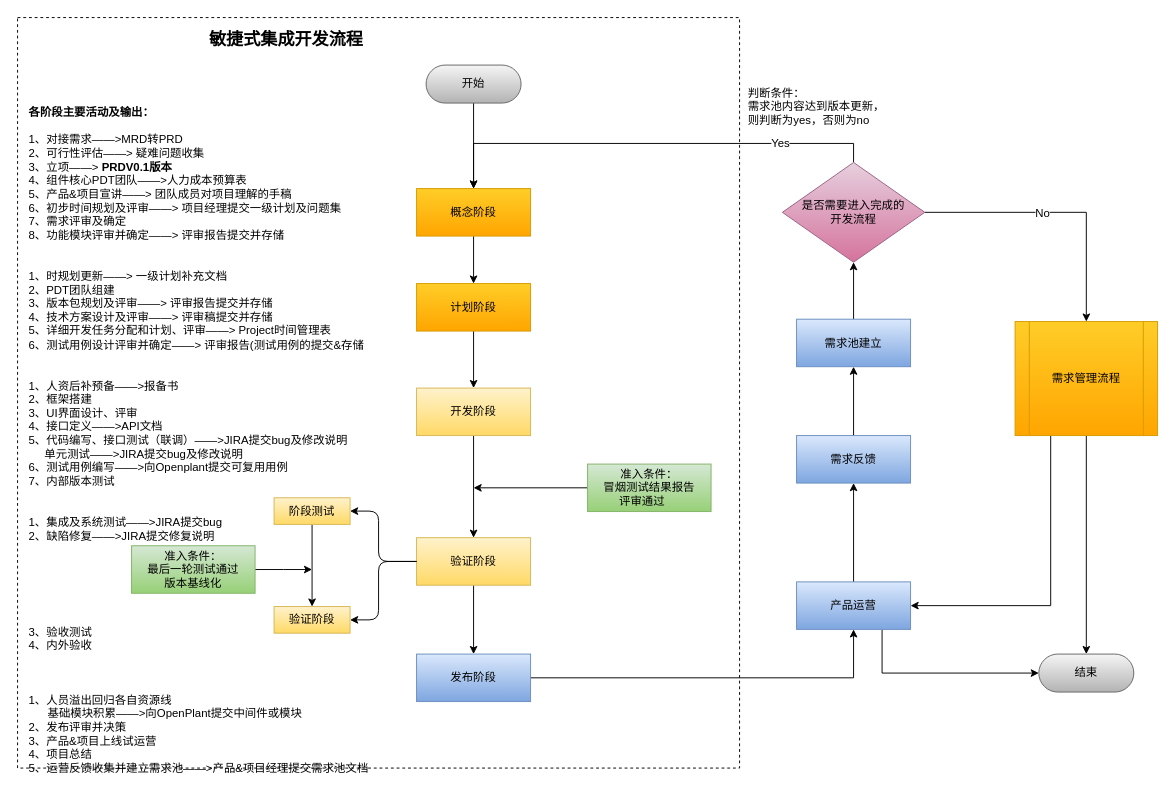
The draw.io diagram 产品开发流程.drawio in UTOUUCENTER-CD/draw.io, before the edit. Source tidied: cells renumbered, new cells numbered last; positions are measured from the earlier drawing's top-left corner, leaving out a move shared by most shapes. Both pictures are drawn from the tidied source at 95%, with x=0, y=0 at pixel (17, 17).
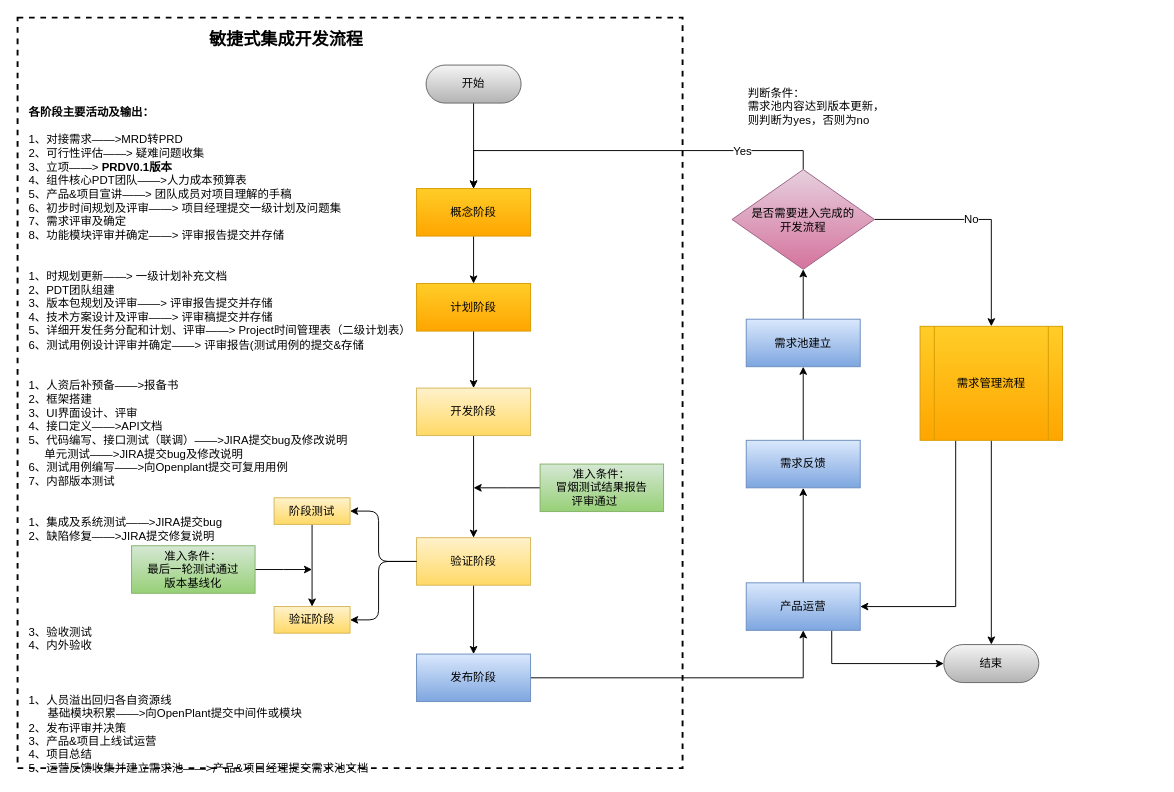
The same diagram, later.

Commit message:
Update 产品开发流程.drawio

Change to the diagram source:
```diff
@@
-    <mxCell id="2" style="rounded=0;whiteSpace=wrap;html=1;dashed=1;" parent="1" vertex="1">
-      <mxGeometry width="760" height="790" as="geometry" />
+    <mxCell id="2" style="rounded=0;whiteSpace=wrap;html=1;dashed=1;strokeWidth=2;" parent="1" vertex="1">
+      <mxGeometry width="700" height="790" as="geometry" />
     </mxCell>
@@
-    <mxCell id="15" value="&lt;b&gt;各阶段主要活动及输出：&lt;/b&gt;&lt;br&gt;&lt;br&gt;1、对接需求——&amp;gt;MRD转PRD&lt;br&gt;2、可行性评估——&amp;gt; 疑难问题收集&lt;br&gt;3、立项——&amp;gt;&amp;nbsp;&lt;b&gt;PRDV0.1版本&lt;/b&gt;&lt;br&gt;4、组件核心PDT团队——&amp;gt;人力成本预算表&lt;br&gt;5、产品&amp;amp;项目宣讲——&amp;gt; 团队成员对项目理解的手稿&lt;br&gt;6、初步时间规划及评审——&amp;gt; 项目经理提交一级计划及问题集&lt;br&gt;7、需求评审及确定&lt;br&gt;8、功能模块评审并确定——&amp;gt; 评审报告提交并存储&lt;br&gt;&lt;br&gt;&lt;br&gt;1、时规划更新——&amp;gt; 一级计划补充文档&lt;br&gt;2、PDT团队组建&lt;br&gt;3、版本包规划及评审——&amp;gt; 评审报告提交并存储&lt;br&gt;4、技术方案设计及评审——&amp;gt; 评审稿提交并存储&lt;br&gt;5、详细开发任务分配和计划、评审——&amp;gt; Project时间管理表&lt;br&gt;6、测试用例设计评审并确定——&amp;gt; 评审报告(测试用例的提交&amp;amp;存储&lt;br&gt;&lt;br&gt;&lt;br&gt;1、人资后补预备——&amp;gt;报备书&lt;br&gt;2、框架搭建&lt;br&gt;3、UI界面设计、评审&lt;br&gt;4、接口定义——&amp;gt;API文档&lt;br&gt;5、代码编写、接口测试（联调）——&amp;gt;JIRA提交bug及修改说明&lt;br&gt;&amp;nbsp; &amp;nbsp; &amp;nbsp;单元测试——&amp;gt;JIRA提交bug及修改说明&lt;br&gt;6、测试用例编写——&amp;gt;向Openplant提交可复用用例&lt;br&gt;7、内部版本测试&lt;br&gt;&lt;br&gt;&lt;br&gt;1、集成及系统测试——&amp;gt;JIRA提交bug&lt;br&gt;2、缺陷修复——&amp;gt;JIRA提交修复说明&lt;br&gt;&lt;br&gt;&lt;br&gt;&lt;br&gt;&lt;br&gt;&lt;br&gt;&lt;br&gt;3、验收测试&lt;br&gt;4、内外验收&lt;br&gt;&lt;br&gt;&lt;br&gt;&lt;br&gt;1、人员溢出回归各自资源线&lt;br&gt;&amp;nbsp; &amp;nbsp; &amp;nbsp; 基础模块积累——&amp;gt;向OpenPlant提交中间件或模块&lt;br&gt;2、发布评审并决策&lt;br&gt;3、产品&amp;amp;项目上线试运营&lt;br&gt;4、项目总结&lt;br&gt;5、运营反馈收集并建立需求池——&amp;gt;产品&amp;amp;项目经理提交需求池文档" style="text;html=1;align=left;verticalAlign=top;spacingTop=-4;" parent="1" vertex="1">
-      <mxGeometry x="10" y="90" width="370" height="690" as="geometry" />
+    <mxCell id="15" value="&lt;b&gt;各阶段主要活动及输出：&lt;/b&gt;&lt;br&gt;&lt;br&gt;1、对接需求——&amp;gt;MRD转PRD&lt;br&gt;2、可行性评估——&amp;gt; 疑难问题收集&lt;br&gt;3、立项——&amp;gt;&amp;nbsp;&lt;b&gt;PRDV0.1版本&lt;/b&gt;&lt;br&gt;4、组件核心PDT团队——&amp;gt;人力成本预算表&lt;br&gt;5、产品&amp;amp;项目宣讲——&amp;gt; 团队成员对项目理解的手稿&lt;br&gt;6、初步时间规划及评审——&amp;gt; 项目经理提交一级计划及问题集&lt;br&gt;7、需求评审及确定&lt;br&gt;8、功能模块评审并确定——&amp;gt; 评审报告提交并存储&lt;br&gt;&lt;br&gt;&lt;br&gt;1、时规划更新——&amp;gt; 一级计划补充文档&lt;br&gt;2、PDT团队组建&lt;br&gt;3、版本包规划及评审——&amp;gt; 评审报告提交并存储&lt;br&gt;4、技术方案设计及评审——&amp;gt; 评审稿提交并存储&lt;br&gt;5、详细开发任务分配和计划、评审——&amp;gt; Project时间管理表（二级计划表）&lt;br&gt;6、测试用例设计评审并确定——&amp;gt; 评审报告(测试用例的提交&amp;amp;存储&lt;br&gt;&lt;br&gt;&lt;br&gt;1、人资后补预备——&amp;gt;报备书&lt;br&gt;2、框架搭建&lt;br&gt;3、UI界面设计、评审&lt;br&gt;4、接口定义——&amp;gt;API文档&lt;br&gt;5、代码编写、接口测试（联调）——&amp;gt;JIRA提交bug及修改说明&lt;br&gt;&amp;nbsp; &amp;nbsp; &amp;nbsp;单元测试——&amp;gt;JIRA提交bug及修改说明&lt;br&gt;6、测试用例编写——&amp;gt;向Openplant提交可复用用例&lt;br&gt;7、内部版本测试&lt;br&gt;&lt;br&gt;&lt;br&gt;1、集成及系统测试——&amp;gt;JIRA提交bug&lt;br&gt;2、缺陷修复——&amp;gt;JIRA提交修复说明&lt;br&gt;&lt;br&gt;&lt;br&gt;&lt;br&gt;&lt;br&gt;&lt;br&gt;&lt;br&gt;3、验收测试&lt;br&gt;4、内外验收&lt;br&gt;&lt;br&gt;&lt;br&gt;&lt;br&gt;1、人员溢出回归各自资源线&lt;br&gt;&amp;nbsp; &amp;nbsp; &amp;nbsp; 基础模块积累——&amp;gt;向OpenPlant提交中间件或模块&lt;br&gt;2、发布评审并决策&lt;br&gt;3、产品&amp;amp;项目上线试运营&lt;br&gt;4、项目总结&lt;br&gt;5、运营反馈收集并建立需求池——&amp;gt;产品&amp;amp;项目经理提交需求池文档" style="text;html=1;align=left;verticalAlign=top;spacingTop=-4;" parent="1" vertex="1">
+      <mxGeometry x="10" y="90" width="420" height="690" as="geometry" />
     </mxCell>
@@
     <mxCell id="24" value="&lt;span style=&quot;text-align: left ; white-space: nowrap&quot;&gt;准入条件：&lt;/span&gt;&lt;br style=&quot;text-align: left ; white-space: nowrap&quot;&gt;&lt;div style=&quot;text-align: left&quot;&gt;&lt;span style=&quot;white-space: nowrap&quot;&gt;冒烟测试结果报告&lt;/span&gt;&lt;/div&gt;&lt;div style=&quot;text-align: left&quot;&gt;&lt;span style=&quot;white-space: nowrap&quot;&gt;&amp;nbsp; &amp;nbsp; &amp;nbsp;评审通过&lt;/span&gt;&lt;/div&gt;" style="rounded=0;whiteSpace=wrap;html=1;gradientColor=#97d077;fillColor=#d5e8d4;strokeColor=#82b366;" parent="1" vertex="1">
-      <mxGeometry x="600" y="470" width="130" height="50" as="geometry" />
+      <mxGeometry x="550" y="470" width="130" height="50" as="geometry" />
     </mxCell>
@@
     <mxCell id="27" value="产品运营" style="rounded=0;whiteSpace=wrap;html=1;gradientColor=#7ea6e0;fillColor=#dae8fc;strokeColor=#6c8ebf;" parent="1" vertex="1">
-      <mxGeometry x="820" y="594" width="120" height="50" as="geometry" />
+      <mxGeometry x="767" y="595" width="120" height="50" as="geometry" />
     </mxCell>
@@
     <mxCell id="29" value="需求反馈" style="rounded=0;whiteSpace=wrap;html=1;gradientColor=#7ea6e0;fillColor=#dae8fc;strokeColor=#6c8ebf;" parent="1" vertex="1">
-      <mxGeometry x="820" y="440" width="120" height="50" as="geometry" />
+      <mxGeometry x="767" y="445" width="120" height="50" as="geometry" />
     </mxCell>
@@
     <mxCell id="34" value="是否需要进入完成的&lt;br&gt;开发流程" style="rhombus;whiteSpace=wrap;html=1;gradientColor=#d5739d;fillColor=#e6d0de;strokeColor=#996185;" parent="1" vertex="1">
-      <mxGeometry x="805" y="152.5" width="150" height="105" as="geometry" />
+      <mxGeometry x="752" y="160" width="150" height="105" as="geometry" />
     </mxCell>
@@
     <mxCell id="36" value="需求池建立" style="rounded=0;whiteSpace=wrap;html=1;gradientColor=#7ea6e0;fillColor=#dae8fc;strokeColor=#6c8ebf;" parent="1" vertex="1">
-      <mxGeometry x="820" y="317.5" width="120" height="50" as="geometry" />
+      <mxGeometry x="767" y="317.5" width="120" height="50" as="geometry" />
     </mxCell>
@@
     <mxCell id="39" value="需求管理流程" style="shape=process;whiteSpace=wrap;html=1;backgroundOutline=1;gradientColor=#ffa500;fillColor=#ffcd28;strokeColor=#d79b00;" parent="1" vertex="1">
-      <mxGeometry x="1050" y="320" width="150" height="120" as="geometry" />
+      <mxGeometry x="950" y="325" width="150" height="120" as="geometry" />
     </mxCell>
     <mxCell id="40" value="结束" style="rounded=1;whiteSpace=wrap;html=1;arcSize=50;gradientColor=#b3b3b3;fillColor=#f5f5f5;strokeColor=#666666;" parent="1" vertex="1">
-      <mxGeometry x="1075" y="670" width="100" height="40" as="geometry" />
+      <mxGeometry x="975" y="660" width="100" height="40" as="geometry" />
     </mxCell>
```
